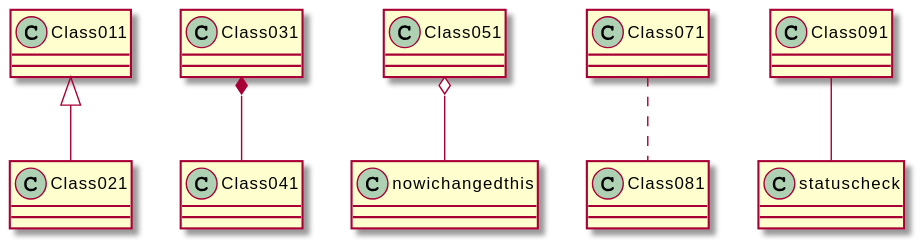
weichware10/meilensteine keeps this PlantUML diagram as meilenstein_03/sub/pumltest2.svg. Above is the earlier version.
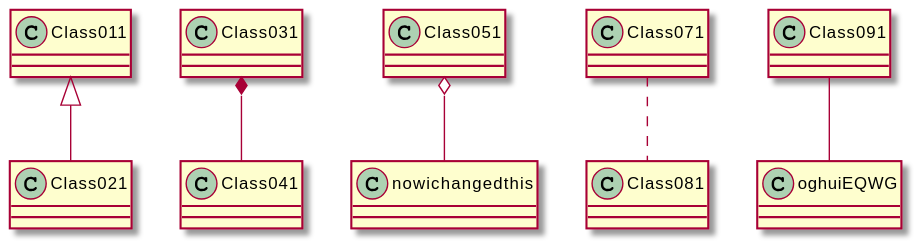
Later version of the same file.

Commit message:
Render PlantUML SVGs

The edit, as a diff of the source:
```diff
@@ -3,5 +3,5 @@
 Class031 *-- Class041
 Class051 o-- nowichangedthis
 Class071 .. Class081
-Class091 -- statuscheck
+Class091 -- oghuiEQWG
 @enduml
```
